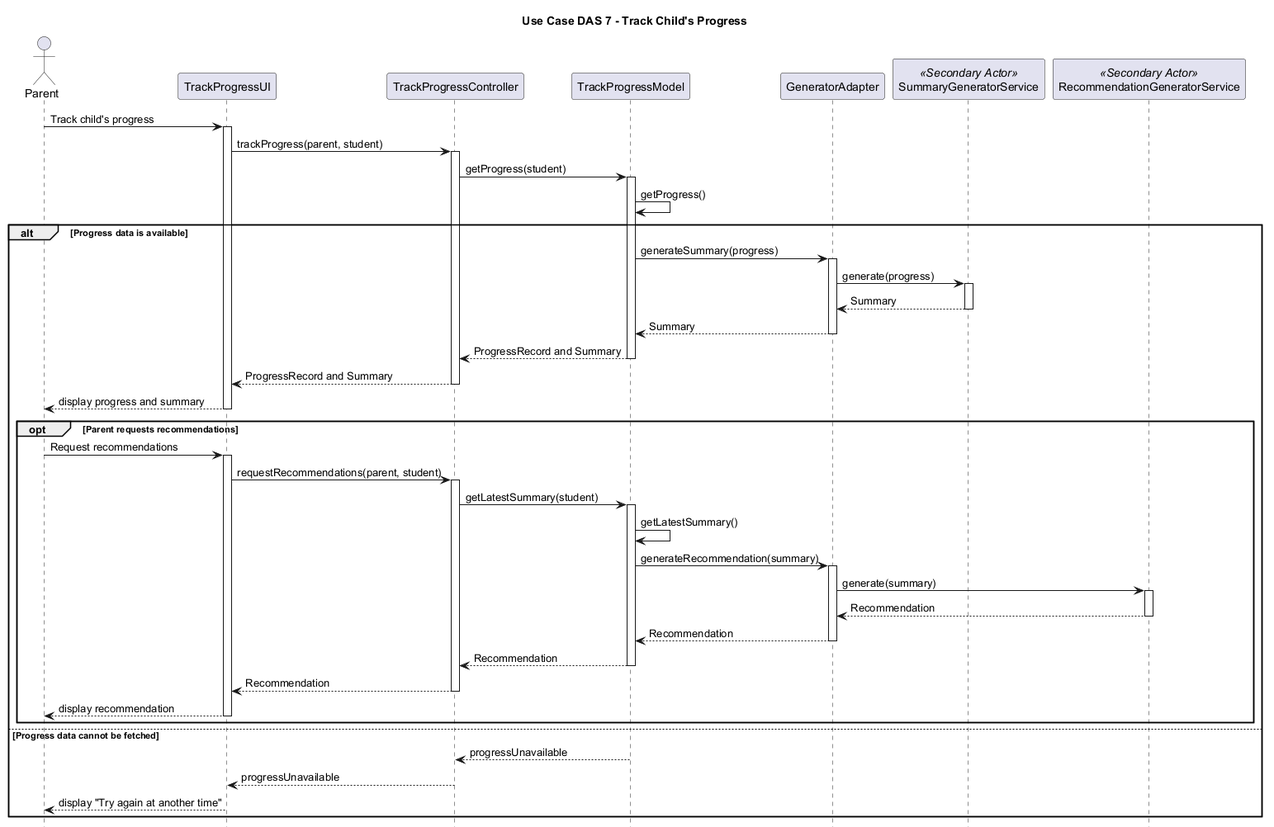
Above: DAS_7/backend/docs/sequenceDiagram7_1.png in Bwooonggg/ESC-C2T5 (PlantUML), before the change.
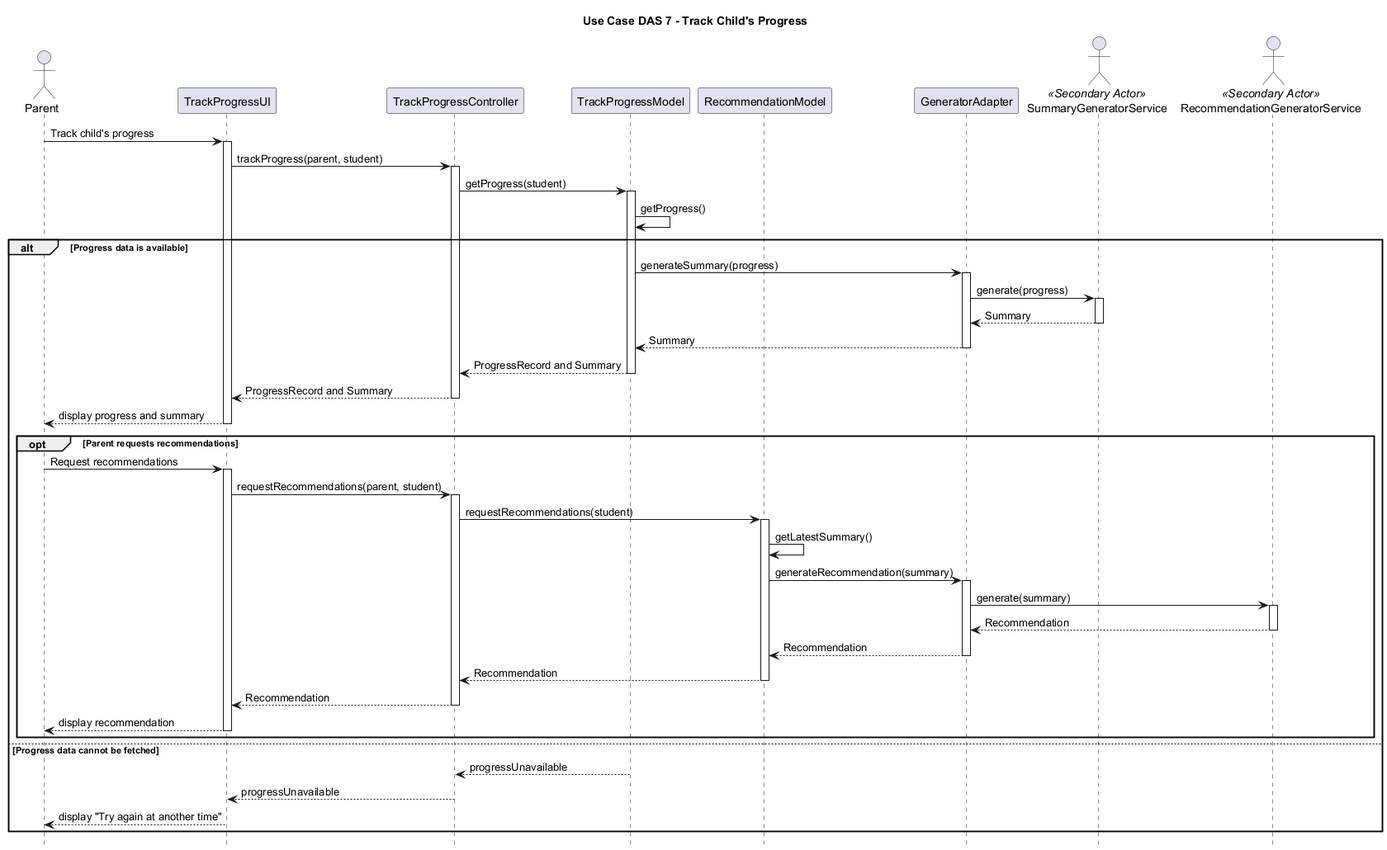
After the change.

Commit message:
docs(DAS7 backend): aligned backend architecture with sequence diagrams

Diff of the diagram source:
```diff
@@ -9,9 +9,10 @@
 participant TrackProgressUI as UI
 participant TrackProgressController as Controller
 participant TrackProgressModel as Model
+participant RecommendationModel as RecoModel
 participant GeneratorAdapter as Adapter
-participant SummaryGeneratorService as SummaryService <<Secondary Actor>>
-participant RecommendationGeneratorService as RecommendationService <<Secondary Actor>>
+actor SummaryGeneratorService as SummaryService <<Secondary Actor>>
+actor RecommendationGeneratorService as RecommendationService <<Secondary Actor>>
 
 Parent -> UI : Track child's progress
 activate UI
@@ -37,16 +38,16 @@
     activate UI
     UI -> Controller : requestRecommendations(parent, student)
     activate Controller
-    Controller -> Model : getLatestSummary(student)
-    activate Model
-    Model -> Model : getLatestSummary()
-    Model -> Adapter : generateRecommendation(summary)
+    Controller -> RecoModel : requestRecommendations(student)
+    activate RecoModel
+    RecoModel -> RecoModel : getLatestSummary()
+    RecoModel -> Adapter : generateRecommendation(summary)
     activate Adapter
     Adapter -> RecommendationService : generate(summary)
     activate RecommendationService
     RecommendationService --> Adapter -- : Recommendation
-    Adapter --> Model -- : Recommendation
-    Model --> Controller -- : Recommendation
+    Adapter --> RecoModel -- : Recommendation
+    RecoModel --> Controller -- : Recommendation
     Controller --> UI -- : Recommendation
     UI --> Parent -- : display recommendation
   end
```
